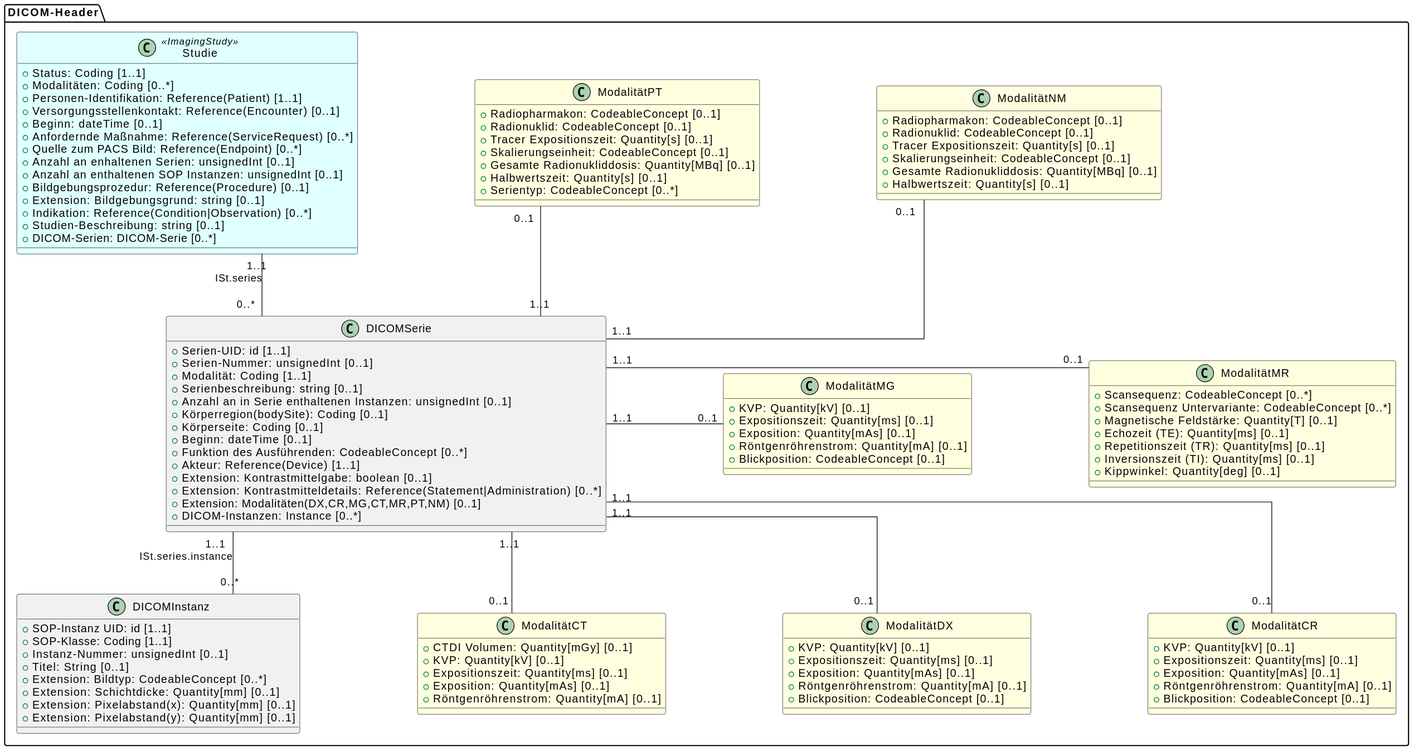
The PlantUML diagram implementation-guides/ImplementationGuide-Common/images/UML_Metadaten.svg in medizininformatik-initiative/kerndatensatz-bildgebung, before a commit.
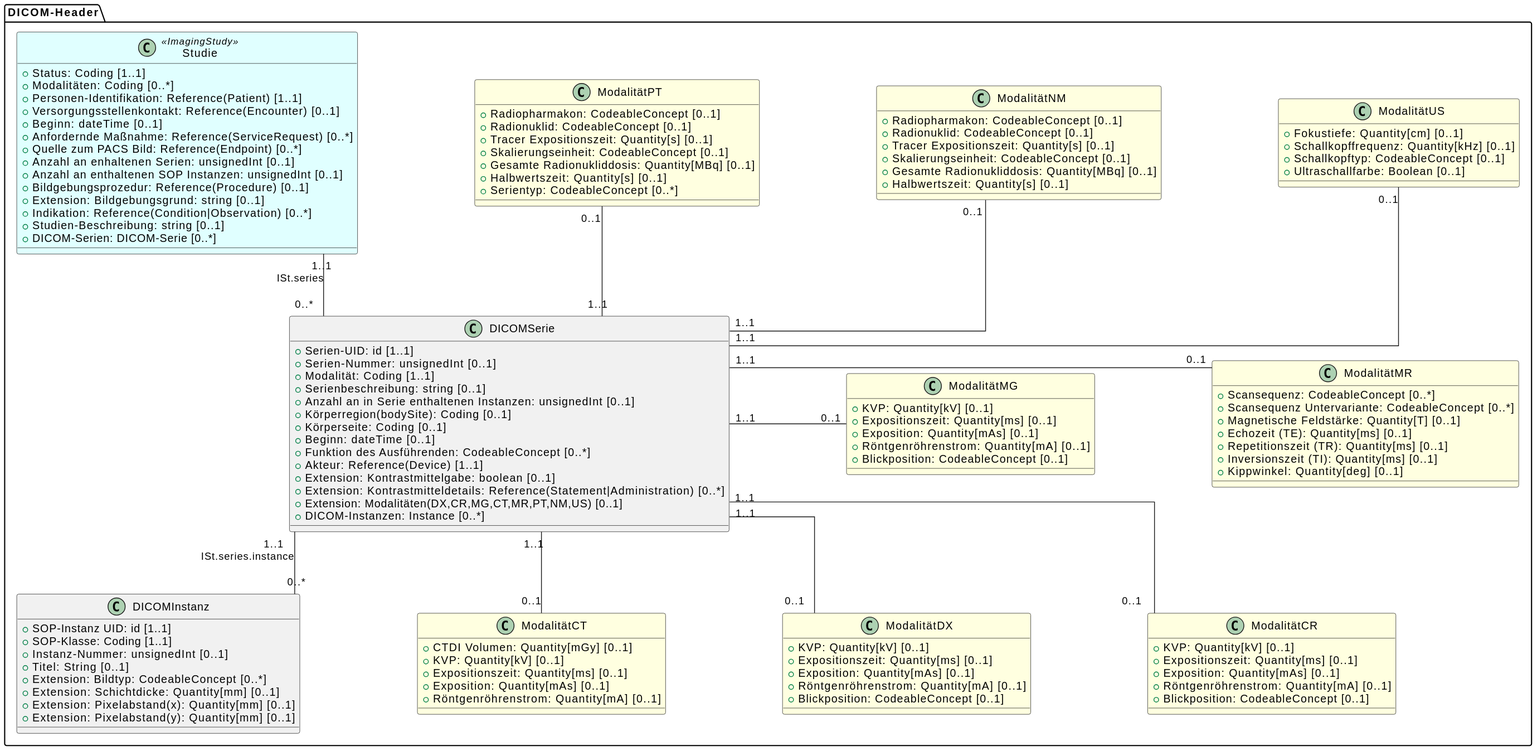
Above is the later version.

Commit message:
Add modality US to UML

Diff of the diagram source:
```diff
@@ -35,7 +35,7 @@
   + {field} Akteur: Reference(Device) [1..1]
   + Extension: Kontrastmittelgabe: boolean [0..1]
   + {field} Extension: Kontrastmitteldetails: Reference(Statement|Administration) [0..*]
-  + {field} Extension: Modalitäten(DX,CR,MG,CT,MR,PT,NM) [0..1]
+  + {field} Extension: Modalitäten(DX,CR,MG,CT,MR,PT,NM,US) [0..1]
   + DICOM-Instanzen: Instance [0..*]
   }
 
@@ -110,6 +110,13 @@
   + Halbwertszeit: Quantity[s] [0..1]
   + Serientyp: CodeableConcept [0..*]
   }
+
+  class ModalitätUS #LightYellow {
+  + Fokustiefe: Quantity[cm] [0..1]
+  + Schallkopffrequenz: Quantity[kHz] [0..1]
+  + Schallkopftyp: CodeableConcept [0..1]
+  + Ultraschallfarbe: Boolean [0..1]
+  }
 }
 
 DICOMSerie "1..1" -- "0..*" DICOMInstanz: ISt.series.instance
@@ -120,8 +127,10 @@
 DICOMSerie "1..1" -r- "0..1" ModalitätMG
 DICOMSerie "1..1" -u- "0..1" ModalitätNM
 DICOMSerie "1..1" -u- "0..1" ModalitätPT
+DICOMSerie "1..1" -u- "0..1" ModalitätUS
 
 Studie "1..1" -- "0..*" DICOMSerie: ISt.series
 
 ModalitätPT -[hidden]r- ModalitätNM
+ModalitätNM -[hidden]r- ModalitätUS
 @enduml
```
